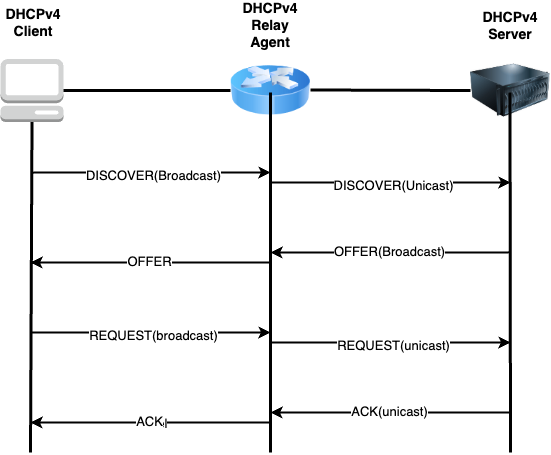
This is doc/DHCPv4_relay/images/DHCPv4_Relay_Basic_Flow.png from sonic-net/SONiC, a draw.io export, as it was before one commit. Source tidied: cells renumbered, new cells last; positions are measured from the earlier drawing's top-left corner, leaving out a move shared by most shapes. Its diagram source:
```xml
<mxGraphModel>
  <root>
    <mxCell id="0" />
    <mxCell id="1" parent="0" />
    <mxCell id="2" style="image;html=1;image=img/lib/clip_art/networking/Router_Icon_128x128.png;" parent="1" vertex="1">
      <mxGeometry x="230" y="43" width="80" height="80" as="geometry" />
    </mxCell>
    <mxCell id="3" style="image;html=1;image=img/lib/clip_art/computers/Server_128x128.png;" parent="1" vertex="1">
      <mxGeometry x="470" y="43" width="80" height="80" as="geometry" />
    </mxCell>
    <mxCell id="4" style="outlineConnect=0;dashed=0;verticalLabelPosition=bottom;verticalAlign=top;align=center;html=1;shape=mxgraph.aws3.management_console;fillColor=#D2D3D3;gradientColor=none;" parent="1" vertex="1">
      <mxGeometry y="51.5" width="63" height="63" as="geometry" />
    </mxCell>
    <mxCell id="5" style="endArrow=none;html=1;rounded=0;exitX=1;exitY=0.5;exitDx=0;exitDy=0;exitPerimeter=0;entryX=0;entryY=0.5;entryDx=0;entryDy=0;strokeWidth=3;" parent="1" edge="1" source="4" target="2">
      <mxGeometry relative="1" as="geometry" />
    </mxCell>
    <mxCell id="6" style="endArrow=none;html=1;rounded=0;exitX=1;exitY=0.5;exitDx=0;exitDy=0;exitPerimeter=0;entryX=0;entryY=0.5;entryDx=0;entryDy=0;strokeWidth=3;" parent="1" edge="1" target="3">
      <mxGeometry relative="1" as="geometry">
        <mxPoint x="310" y="82.5" as="sourcePoint" />
      </mxGeometry>
    </mxCell>
    <mxCell id="7" value="DHCPv4 Client" style="text;html=1;align=center;verticalAlign=middle;whiteSpace=wrap;rounded=0;fontStyle=1;fontSize=14;" parent="1" vertex="1">
      <mxGeometry x="3" width="60" height="30" as="geometry" />
    </mxCell>
    <mxCell id="8" value="DHCPv4 Server" style="text;html=1;align=center;verticalAlign=middle;whiteSpace=wrap;rounded=0;fontStyle=1;fontSize=14;" parent="1" vertex="1">
      <mxGeometry x="480" y="3" width="60" height="30" as="geometry" />
    </mxCell>
    <mxCell id="9" value="DHCPv4 Relay Agent" style="text;html=1;align=center;verticalAlign=middle;whiteSpace=wrap;rounded=0;fontStyle=1;fontSize=14;" parent="1" vertex="1">
      <mxGeometry x="240" y="3" width="60" height="30" as="geometry" />
    </mxCell>
    <mxCell id="10" style="endArrow=none;html=1;rounded=0;exitX=0.5;exitY=1;exitDx=0;exitDy=0;exitPerimeter=0;strokeWidth=3;" parent="1" edge="1" source="4">
      <mxGeometry relative="1" as="geometry">
        <mxPoint x="30" y="445" as="targetPoint" />
      </mxGeometry>
    </mxCell>
    <mxCell id="11" style="endArrow=none;html=1;rounded=0;exitX=0.5;exitY=1;exitDx=0;exitDy=0;exitPerimeter=0;strokeWidth=3;" parent="1" edge="1">
      <mxGeometry relative="1" as="geometry">
        <mxPoint x="270" y="85" as="sourcePoint" />
        <mxPoint x="270" y="445" as="targetPoint" />
      </mxGeometry>
    </mxCell>
    <mxCell id="12" style="endArrow=none;html=1;rounded=0;exitX=0.5;exitY=1;exitDx=0;exitDy=0;exitPerimeter=0;strokeWidth=3;" parent="1" edge="1">
      <mxGeometry relative="1" as="geometry">
        <mxPoint x="509.5" y="85" as="sourcePoint" />
        <mxPoint x="510" y="445" as="targetPoint" />
      </mxGeometry>
    </mxCell>
    <mxCell id="13" style="endArrow=classic;html=1;rounded=0;fontSize=13;strokeWidth=2;" parent="1" edge="1">
      <mxGeometry relative="1" as="geometry">
        <mxPoint x="30" y="165" as="sourcePoint" />
        <mxPoint x="270" y="165" as="targetPoint" />
      </mxGeometry>
    </mxCell>
    <mxCell id="14" value="Label" style="edgeLabel;html=1;align=center;verticalAlign=middle;fontSize=13;" parent="13" vertex="1">
      <mxGeometry relative="1" as="geometry" />
    </mxCell>
    <mxCell id="15" value="DISCOVER(Broadcast)" style="edgeLabel;html=1;align=center;verticalAlign=middle;fontSize=13;" parent="13" vertex="1">
      <mxGeometry x="0.02" y="-2" relative="1" as="geometry" />
    </mxCell>
    <mxCell id="16" style="endArrow=classic;html=1;rounded=0;fontSize=13;strokeWidth=2;" parent="1" edge="1">
      <mxGeometry relative="1" as="geometry">
        <mxPoint x="270" y="175" as="sourcePoint" />
        <mxPoint x="510" y="175" as="targetPoint" />
      </mxGeometry>
    </mxCell>
    <mxCell id="17" value="Label" style="edgeLabel;html=1;align=center;verticalAlign=middle;fontSize=13;" parent="16" vertex="1">
      <mxGeometry relative="1" as="geometry" />
    </mxCell>
    <mxCell id="18" value="DISCOVER(Unicast)" style="edgeLabel;html=1;align=center;verticalAlign=middle;fontSize=13;" parent="16" vertex="1">
      <mxGeometry x="0.02" y="-2" relative="1" as="geometry" />
    </mxCell>
    <mxCell id="19" style="endArrow=classic;html=1;rounded=0;fontSize=13;strokeWidth=2;" parent="1" edge="1">
      <mxGeometry relative="1" as="geometry">
        <mxPoint x="30" y="325" as="sourcePoint" />
        <mxPoint x="270" y="325" as="targetPoint" />
      </mxGeometry>
    </mxCell>
    <mxCell id="20" value="Label" style="edgeLabel;html=1;align=center;verticalAlign=middle;fontSize=13;" parent="19" vertex="1">
      <mxGeometry relative="1" as="geometry" />
    </mxCell>
    <mxCell id="21" value="REQUEST(broadcast)" style="edgeLabel;html=1;align=center;verticalAlign=middle;fontSize=13;" parent="19" vertex="1">
      <mxGeometry x="0.02" y="-2" relative="1" as="geometry" />
    </mxCell>
    <mxCell id="22" style="endArrow=classic;html=1;rounded=0;fontSize=13;strokeWidth=2;" parent="1" edge="1">
      <mxGeometry relative="1" as="geometry">
        <mxPoint x="270" y="335" as="sourcePoint" />
        <mxPoint x="510" y="335" as="targetPoint" />
      </mxGeometry>
    </mxCell>
    <mxCell id="23" value="Label" style="edgeLabel;html=1;align=center;verticalAlign=middle;fontSize=13;" parent="22" vertex="1">
      <mxGeometry relative="1" as="geometry" />
    </mxCell>
    <mxCell id="24" value="REQUEST(unicast)" style="edgeLabel;html=1;align=center;verticalAlign=middle;fontSize=13;" parent="22" vertex="1">
      <mxGeometry x="0.02" y="-2" relative="1" as="geometry" />
    </mxCell>
    <mxCell id="25" style="endArrow=classic;html=1;rounded=0;fontSize=13;strokeWidth=2;" parent="1" edge="1">
      <mxGeometry relative="1" as="geometry">
        <mxPoint x="510" y="245" as="sourcePoint" />
        <mxPoint x="270" y="245" as="targetPoint" />
      </mxGeometry>
    </mxCell>
    <mxCell id="26" value="Label" style="edgeLabel;html=1;align=center;verticalAlign=middle;fontSize=13;" parent="25" vertex="1">
      <mxGeometry relative="1" as="geometry" />
    </mxCell>
    <mxCell id="27" value="OFFER(Broadcast)" style="edgeLabel;html=1;align=center;verticalAlign=middle;fontSize=13;" parent="25" vertex="1">
      <mxGeometry x="0.02" y="-2" relative="1" as="geometry" />
    </mxCell>
    <mxCell id="28" style="endArrow=classic;html=1;rounded=0;fontSize=13;strokeWidth=2;" parent="1" edge="1">
      <mxGeometry relative="1" as="geometry">
        <mxPoint x="270" y="255" as="sourcePoint" />
        <mxPoint x="30" y="255" as="targetPoint" />
      </mxGeometry>
    </mxCell>
    <mxCell id="29" value="Label" style="edgeLabel;html=1;align=center;verticalAlign=middle;fontSize=13;" parent="28" vertex="1">
      <mxGeometry relative="1" as="geometry" />
    </mxCell>
    <mxCell id="30" value="OFFER" style="edgeLabel;html=1;align=center;verticalAlign=middle;fontSize=13;" parent="28" vertex="1">
      <mxGeometry x="0.02" y="-2" relative="1" as="geometry" />
    </mxCell>
    <mxCell id="31" style="endArrow=classic;html=1;rounded=0;fontSize=13;strokeWidth=2;" parent="1" edge="1">
      <mxGeometry relative="1" as="geometry">
        <mxPoint x="510" y="405" as="sourcePoint" />
        <mxPoint x="270" y="405" as="targetPoint" />
      </mxGeometry>
    </mxCell>
    <mxCell id="32" value="Label" style="edgeLabel;html=1;align=center;verticalAlign=middle;fontSize=13;" parent="31" vertex="1">
      <mxGeometry relative="1" as="geometry" />
    </mxCell>
    <mxCell id="33" value="ACK(unicast)" style="edgeLabel;html=1;align=center;verticalAlign=middle;fontSize=13;" parent="31" vertex="1">
      <mxGeometry x="0.02" y="-2" relative="1" as="geometry" />
    </mxCell>
    <mxCell id="34" style="endArrow=classic;html=1;rounded=0;fontSize=13;strokeWidth=2;" parent="1" edge="1">
      <mxGeometry relative="1" as="geometry">
        <mxPoint x="270" y="415" as="sourcePoint" />
        <mxPoint x="30" y="415" as="targetPoint" />
      </mxGeometry>
    </mxCell>
    <mxCell id="35" value="Label" style="edgeLabel;html=1;align=center;verticalAlign=middle;fontSize=13;" parent="34" vertex="1">
      <mxGeometry relative="1" as="geometry" />
    </mxCell>
    <mxCell id="36" value="ACK" style="edgeLabel;html=1;align=center;verticalAlign=middle;fontSize=13;" parent="34" vertex="1">
      <mxGeometry x="0.02" y="-2" relative="1" as="geometry" />
    </mxCell>
  </root>
</mxGraphModel>
```
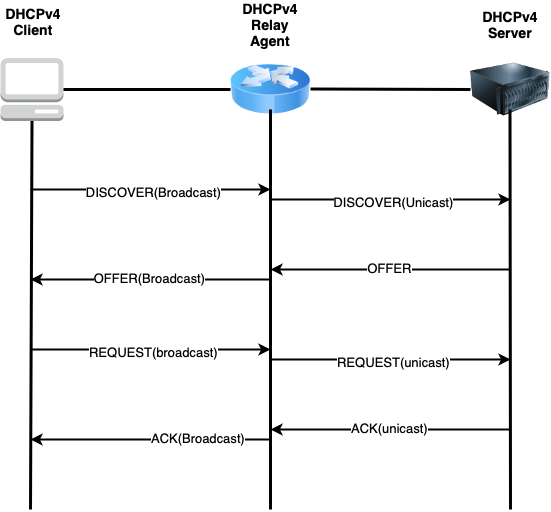
After the commit.

Change to the diagram source:
```diff
@@ -30,25 +30,25 @@
     </mxCell>
     <mxCell id="10" style="endArrow=none;html=1;rounded=0;exitX=0.5;exitY=1;exitDx=0;exitDy=0;exitPerimeter=0;strokeWidth=3;" parent="1" edge="1" source="4">
       <mxGeometry relative="1" as="geometry">
-        <mxPoint x="30" y="445" as="targetPoint" />
+        <mxPoint x="30" y="503" as="targetPoint" />
       </mxGeometry>
     </mxCell>
     <mxCell id="11" style="endArrow=none;html=1;rounded=0;exitX=0.5;exitY=1;exitDx=0;exitDy=0;exitPerimeter=0;strokeWidth=3;" parent="1" edge="1">
       <mxGeometry relative="1" as="geometry">
-        <mxPoint x="270" y="85" as="sourcePoint" />
-        <mxPoint x="270" y="445" as="targetPoint" />
+        <mxPoint x="270" y="103" as="sourcePoint" />
+        <mxPoint x="270" y="503" as="targetPoint" />
       </mxGeometry>
     </mxCell>
     <mxCell id="12" style="endArrow=none;html=1;rounded=0;exitX=0.5;exitY=1;exitDx=0;exitDy=0;exitPerimeter=0;strokeWidth=3;" parent="1" edge="1">
       <mxGeometry relative="1" as="geometry">
-        <mxPoint x="509.5" y="85" as="sourcePoint" />
-        <mxPoint x="510" y="445" as="targetPoint" />
+        <mxPoint x="509.5" y="103" as="sourcePoint" />
+        <mxPoint x="510" y="503" as="targetPoint" />
       </mxGeometry>
     </mxCell>
     <mxCell id="13" style="endArrow=classic;html=1;rounded=0;fontSize=13;strokeWidth=2;" parent="1" edge="1">
       <mxGeometry relative="1" as="geometry">
-        <mxPoint x="30" y="165" as="sourcePoint" />
-        <mxPoint x="270" y="165" as="targetPoint" />
+        <mxPoint x="30" y="183" as="sourcePoint" />
+        <mxPoint x="270" y="183" as="targetPoint" />
       </mxGeometry>
     </mxCell>
     <mxCell id="14" value="Label" style="edgeLabel;html=1;align=center;verticalAlign=middle;fontSize=13;" parent="13" vertex="1">
@@ -59,8 +59,8 @@
     </mxCell>
     <mxCell id="16" style="endArrow=classic;html=1;rounded=0;fontSize=13;strokeWidth=2;" parent="1" edge="1">
       <mxGeometry relative="1" as="geometry">
-        <mxPoint x="270" y="175" as="sourcePoint" />
-        <mxPoint x="510" y="175" as="targetPoint" />
+        <mxPoint x="270" y="193" as="sourcePoint" />
+        <mxPoint x="510" y="193" as="targetPoint" />
       </mxGeometry>
     </mxCell>
     <mxCell id="17" value="Label" style="edgeLabel;html=1;align=center;verticalAlign=middle;fontSize=13;" parent="16" vertex="1">
@@ -71,8 +71,8 @@
     </mxCell>
     <mxCell id="19" style="endArrow=classic;html=1;rounded=0;fontSize=13;strokeWidth=2;" parent="1" edge="1">
       <mxGeometry relative="1" as="geometry">
-        <mxPoint x="30" y="325" as="sourcePoint" />
-        <mxPoint x="270" y="325" as="targetPoint" />
+        <mxPoint x="30" y="343" as="sourcePoint" />
+        <mxPoint x="270" y="343" as="targetPoint" />
       </mxGeometry>
     </mxCell>
     <mxCell id="20" value="Label" style="edgeLabel;html=1;align=center;verticalAlign=middle;fontSize=13;" parent="19" vertex="1">
@@ -83,8 +83,8 @@
     </mxCell>
     <mxCell id="22" style="endArrow=classic;html=1;rounded=0;fontSize=13;strokeWidth=2;" parent="1" edge="1">
       <mxGeometry relative="1" as="geometry">
-        <mxPoint x="270" y="335" as="sourcePoint" />
-        <mxPoint x="510" y="335" as="targetPoint" />
+        <mxPoint x="270" y="353" as="sourcePoint" />
+        <mxPoint x="510" y="353" as="targetPoint" />
       </mxGeometry>
     </mxCell>
     <mxCell id="23" value="Label" style="edgeLabel;html=1;align=center;verticalAlign=middle;fontSize=13;" parent="22" vertex="1">
@@ -95,8 +95,8 @@
     </mxCell>
     <mxCell id="25" style="endArrow=classic;html=1;rounded=0;fontSize=13;strokeWidth=2;" parent="1" edge="1">
       <mxGeometry relative="1" as="geometry">
-        <mxPoint x="510" y="245" as="sourcePoint" />
-        <mxPoint x="270" y="245" as="targetPoint" />
+        <mxPoint x="270" y="273" as="sourcePoint" />
+        <mxPoint x="30" y="273" as="targetPoint" />
       </mxGeometry>
     </mxCell>
     <mxCell id="26" value="Label" style="edgeLabel;html=1;align=center;verticalAlign=middle;fontSize=13;" parent="25" vertex="1">
@@ -107,8 +107,8 @@
     </mxCell>
     <mxCell id="28" style="endArrow=classic;html=1;rounded=0;fontSize=13;strokeWidth=2;" parent="1" edge="1">
       <mxGeometry relative="1" as="geometry">
-        <mxPoint x="270" y="255" as="sourcePoint" />
-        <mxPoint x="30" y="255" as="targetPoint" />
+        <mxPoint x="510" y="263" as="sourcePoint" />
+        <mxPoint x="270" y="263" as="targetPoint" />
       </mxGeometry>
     </mxCell>
     <mxCell id="29" value="Label" style="edgeLabel;html=1;align=center;verticalAlign=middle;fontSize=13;" parent="28" vertex="1">
@@ -119,8 +119,8 @@
     </mxCell>
     <mxCell id="31" style="endArrow=classic;html=1;rounded=0;fontSize=13;strokeWidth=2;" parent="1" edge="1">
       <mxGeometry relative="1" as="geometry">
-        <mxPoint x="510" y="405" as="sourcePoint" />
-        <mxPoint x="270" y="405" as="targetPoint" />
+        <mxPoint x="510" y="423" as="sourcePoint" />
+        <mxPoint x="270" y="423" as="targetPoint" />
       </mxGeometry>
     </mxCell>
     <mxCell id="32" value="Label" style="edgeLabel;html=1;align=center;verticalAlign=middle;fontSize=13;" parent="31" vertex="1">
@@ -129,17 +129,14 @@
     <mxCell id="33" value="ACK(unicast)" style="edgeLabel;html=1;align=center;verticalAlign=middle;fontSize=13;" parent="31" vertex="1">
       <mxGeometry x="0.02" y="-2" relative="1" as="geometry" />
     </mxCell>
-    <mxCell id="34" style="endArrow=classic;html=1;rounded=0;fontSize=13;strokeWidth=2;" parent="1" edge="1">
-      <mxGeometry relative="1" as="geometry">
-        <mxPoint x="270" y="415" as="sourcePoint" />
-        <mxPoint x="30" y="415" as="targetPoint" />
-      </mxGeometry>
-    </mxCell>
-    <mxCell id="35" value="Label" style="edgeLabel;html=1;align=center;verticalAlign=middle;fontSize=13;" parent="34" vertex="1">
-      <mxGeometry relative="1" as="geometry" />
-    </mxCell>
-    <mxCell id="36" value="ACK" style="edgeLabel;html=1;align=center;verticalAlign=middle;fontSize=13;" parent="34" vertex="1">
-      <mxGeometry x="0.02" y="-2" relative="1" as="geometry" />
-    </mxCell>
+    <mxCell id="37" style="endArrow=classic;html=1;rounded=0;strokeWidth=2;fontSize=13;align=center;" parent="1" edge="1">
+      <mxGeometry relative="1" as="geometry">
+        <mxPoint x="270" y="433" as="sourcePoint" />
+        <mxPoint x="30" y="433" as="targetPoint" />
+      </mxGeometry>
+    </mxCell>
+    <mxCell id="38" value="ACK(Broadcast)" style="edgeLabel;html=1;align=center;verticalAlign=middle;fontSize=13;whiteSpace=wrap;" parent="37" vertex="1">
+      <mxGeometry x="-0.39" y="-2" relative="1" as="geometry" />
+    </mxCell>
   </root>
 </mxGraphModel>
```
